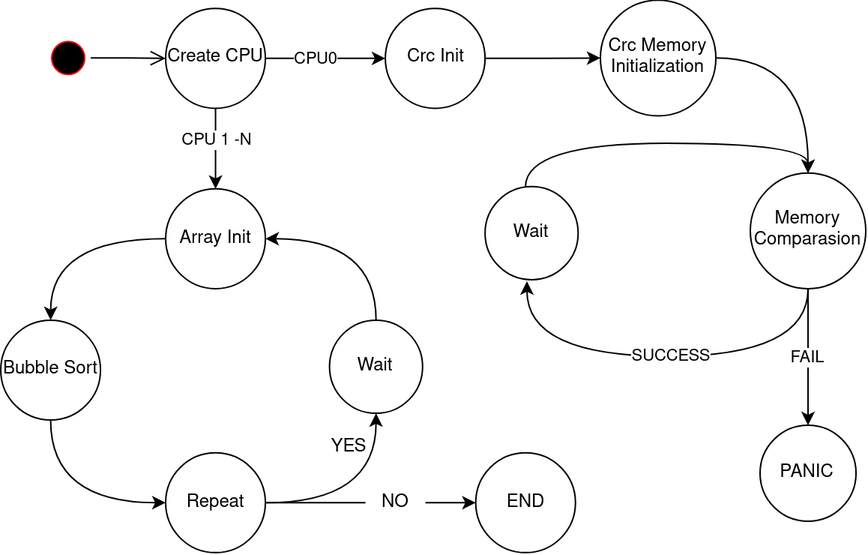
The draw.io diagram Images/MemoryIntegrity_StateDiagram.png in HugoRibeiro-A88287-UM/MasterThesis, before a commit. Source tidied: cells renumbered, new cells last; positions are measured from the earlier drawing's top-left corner, leaving out a move shared by most shapes. Its diagram source:
```xml
<mxGraphModel>
  <root>
    <mxCell id="0" />
    <mxCell id="1" parent="0" />
    <mxCell id="2" style="ellipse;html=1;shape=startState;fillColor=#000000;strokeColor=#ff0000;" parent="1" vertex="1">
      <mxGeometry x="30" y="23.2" width="30" height="30" as="geometry" />
    </mxCell>
    <mxCell id="3" style="edgeStyle=orthogonalEdgeStyle;html=1;verticalAlign=bottom;endArrow=open;endSize=8;strokeColor=#000000;rounded=0;entryX=0;entryY=0.5;entryDx=0;entryDy=0;" parent="1" edge="1" source="2" target="8">
      <mxGeometry relative="1" as="geometry" />
    </mxCell>
    <mxCell id="4" style="edgeStyle=orthogonalEdgeStyle;rounded=0;jettySize=auto;html=1;" parent="1" edge="1" source="8" target="10">
      <mxGeometry relative="1" as="geometry" />
    </mxCell>
    <mxCell id="5" value="CPU0" style="edgeLabel;html=1;align=center;verticalAlign=middle;" parent="4" vertex="1">
      <mxGeometry x="-0.26" relative="1" as="geometry">
        <mxPoint x="4" as="offset" />
      </mxGeometry>
    </mxCell>
    <mxCell id="6" style="edgeStyle=orthogonalEdgeStyle;rounded=0;jettySize=auto;html=1;" parent="1" edge="1" source="8" target="12">
      <mxGeometry relative="1" as="geometry" />
    </mxCell>
    <mxCell id="7" value="CPU 1 -N" style="edgeLabel;html=1;align=center;verticalAlign=middle;" parent="6" vertex="1">
      <mxGeometry x="-0.23" y="1" relative="1" as="geometry">
        <mxPoint x="-1" as="offset" />
      </mxGeometry>
    </mxCell>
    <mxCell id="8" value="Create CPU" style="ellipse;whiteSpace=wrap;html=1;" parent="1" vertex="1">
      <mxGeometry x="110" y="5.2" width="66.5" height="66.5" as="geometry" />
    </mxCell>
    <mxCell id="9" style="edgeStyle=orthogonalEdgeStyle;rounded=0;jettySize=auto;html=1;" parent="1" edge="1" source="10" target="14">
      <mxGeometry relative="1" as="geometry" />
    </mxCell>
    <mxCell id="10" value="Crc Init" style="ellipse;whiteSpace=wrap;html=1;" parent="1" vertex="1">
      <mxGeometry x="256.5" y="5.2" width="66.5" height="66.5" as="geometry" />
    </mxCell>
    <mxCell id="11" style="edgeStyle=orthogonalEdgeStyle;jettySize=auto;html=1;curved=1;" parent="1" edge="1" source="12" target="16">
      <mxGeometry relative="1" as="geometry" />
    </mxCell>
    <mxCell id="12" value="Array Init" style="ellipse;whiteSpace=wrap;html=1;" parent="1" vertex="1">
      <mxGeometry x="110" y="125.4" width="66.5" height="66.5" as="geometry" />
    </mxCell>
    <mxCell id="13" style="edgeStyle=orthogonalEdgeStyle;jettySize=auto;html=1;curved=1;" parent="1" edge="1" source="14" target="21">
      <mxGeometry relative="1" as="geometry" />
    </mxCell>
    <mxCell id="14" value="Crc Memory Initialization" style="ellipse;whiteSpace=wrap;html=1;" parent="1" vertex="1">
      <mxGeometry x="400" y="-0.3" width="77" height="77" as="geometry" />
    </mxCell>
    <mxCell id="15" style="edgeStyle=orthogonalEdgeStyle;jettySize=auto;html=1;entryX=0;entryY=0.5;entryDx=0;entryDy=0;curved=1;" parent="1" edge="1" source="16" target="27">
      <mxGeometry relative="1" as="geometry">
        <Array as="points">
          <mxPoint x="33" y="335" />
        </Array>
      </mxGeometry>
    </mxCell>
    <mxCell id="16" value="Bubble Sort" style="ellipse;whiteSpace=wrap;html=1;" parent="1" vertex="1">
      <mxGeometry y="213" width="66.5" height="66.5" as="geometry" />
    </mxCell>
    <mxCell id="17" style="edgeStyle=orthogonalEdgeStyle;rounded=0;jettySize=auto;html=1;" parent="1" edge="1" source="21" target="22">
      <mxGeometry relative="1" as="geometry" />
    </mxCell>
    <mxCell id="18" value="FAIL" style="edgeLabel;html=1;align=center;verticalAlign=middle;" parent="17" vertex="1">
      <mxGeometry y="-1" relative="1" as="geometry" />
    </mxCell>
    <mxCell id="19" style="edgeStyle=orthogonalEdgeStyle;jettySize=auto;html=1;curved=1;" parent="1" edge="1" source="21">
      <mxGeometry relative="1" as="geometry">
        <mxPoint x="351" y="187" as="targetPoint" />
        <Array as="points">
          <mxPoint x="539" y="237" />
          <mxPoint x="351" y="237" />
        </Array>
      </mxGeometry>
    </mxCell>
    <mxCell id="20" value="SUCCESS" style="edgeLabel;html=1;align=center;verticalAlign=middle;" parent="19" vertex="1">
      <mxGeometry x="-0.04" relative="1" as="geometry" />
    </mxCell>
    <mxCell id="21" value="Memory Comparasion" style="ellipse;whiteSpace=wrap;html=1;" parent="1" vertex="1">
      <mxGeometry x="500" y="114.9" width="77" height="77" as="geometry" />
    </mxCell>
    <mxCell id="22" value="PANIC" style="ellipse;whiteSpace=wrap;html=1;" parent="1" vertex="1">
      <mxGeometry x="506.5" y="283" width="64" height="64" as="geometry" />
    </mxCell>
    <mxCell id="23" style="edgeStyle=orthogonalEdgeStyle;jettySize=auto;html=1;entryX=0.5;entryY=0;entryDx=0;entryDy=0;curved=1;" parent="1" edge="1" source="24" target="21">
      <mxGeometry relative="1" as="geometry">
        <Array as="points">
          <mxPoint x="350" y="95" />
          <mxPoint x="539" y="95" />
        </Array>
      </mxGeometry>
    </mxCell>
    <mxCell id="24" value="Wait" style="ellipse;whiteSpace=wrap;html=1;" parent="1" vertex="1">
      <mxGeometry x="323.1" y="123.9" width="62.1" height="62.1" as="geometry" />
    </mxCell>
    <mxCell id="25" style="edgeStyle=orthogonalEdgeStyle;jettySize=auto;html=1;entryX=0.5;entryY=1;entryDx=0;entryDy=0;curved=1;" parent="1" edge="1" source="27" target="30">
      <mxGeometry relative="1" as="geometry" />
    </mxCell>
    <mxCell id="26" style="edgeStyle=orthogonalEdgeStyle;rounded=0;jettySize=auto;html=1;entryX=0;entryY=0.5;entryDx=0;entryDy=0;" parent="1" edge="1" source="33" target="28">
      <mxGeometry relative="1" as="geometry" />
    </mxCell>
    <mxCell id="27" value="Repeat" style="ellipse;whiteSpace=wrap;html=1;" parent="1" vertex="1">
      <mxGeometry x="110" y="301.4" width="66.5" height="66.5" as="geometry" />
    </mxCell>
    <mxCell id="28" value="END" style="ellipse;whiteSpace=wrap;html=1;" parent="1" vertex="1">
      <mxGeometry x="316.8" y="301.4" width="66.5" height="66.5" as="geometry" />
    </mxCell>
    <mxCell id="29" style="edgeStyle=orthogonalEdgeStyle;jettySize=auto;html=1;entryX=1;entryY=0.5;entryDx=0;entryDy=0;curved=1;" parent="1" edge="1" source="30" target="12">
      <mxGeometry relative="1" as="geometry">
        <Array as="points">
          <mxPoint x="250" y="159" />
        </Array>
      </mxGeometry>
    </mxCell>
    <mxCell id="30" value="Wait" style="ellipse;whiteSpace=wrap;html=1;" parent="1" vertex="1">
      <mxGeometry x="219.3" y="213" width="62.1" height="62.1" as="geometry" />
    </mxCell>
    <mxCell id="31" value="YES" style="text;html=1;align=center;verticalAlign=middle;strokeColor=none;fillColor=none;" parent="1" vertex="1">
      <mxGeometry x="206.5" y="283" width="50" height="30" as="geometry" />
    </mxCell>
    <mxCell id="32" style="edgeStyle=orthogonalEdgeStyle;rounded=0;jettySize=auto;html=1;entryX=0;entryY=0.5;entryDx=0;entryDy=0;endArrow=none;endFill=0;" parent="1" edge="1" source="27" target="33">
      <mxGeometry relative="1" as="geometry" />
    </mxCell>
    <mxCell id="33" value="NO" style="text;html=1;align=center;verticalAlign=middle;points=[];strokeColor=none;fillColor=none;" parent="1" vertex="1">
      <mxGeometry x="243.3" y="319.7" width="40" height="30" as="geometry" />
    </mxCell>
  </root>
</mxGraphModel>
```
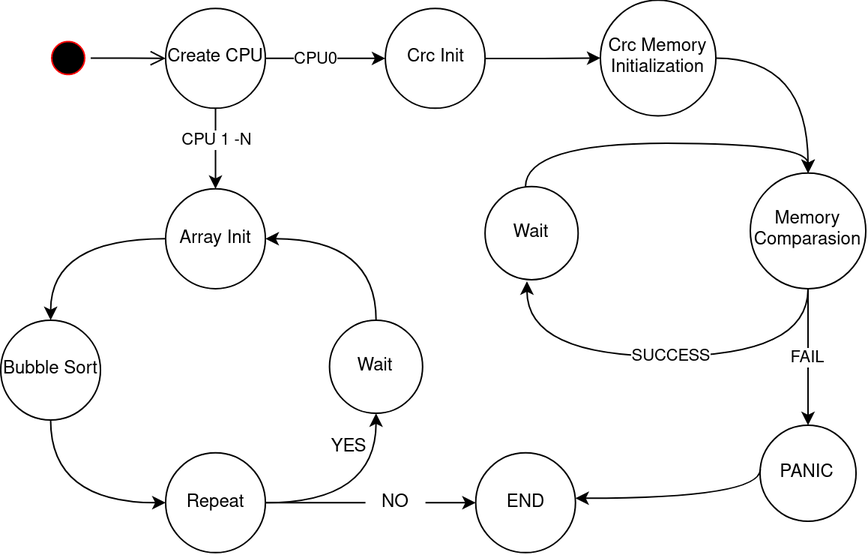
The same diagram one commit later.

Change to the diagram source:
```diff
@@ -121,5 +121,12 @@
     <mxCell id="33" value="NO" style="text;html=1;align=center;verticalAlign=middle;points=[];strokeColor=none;fillColor=none;" parent="1" vertex="1">
       <mxGeometry x="243.3" y="319.7" width="40" height="30" as="geometry" />
     </mxCell>
+    <mxCell id="34" style="edgeStyle=orthogonalEdgeStyle;rounded=0;jettySize=auto;html=1;entryX=0.999;entryY=0.455;entryDx=0;entryDy=0;entryPerimeter=0;exitX=0.003;exitY=0.459;exitDx=0;exitDy=0;exitPerimeter=0;curved=1;" parent="1" edge="1" source="22" target="28">
+      <mxGeometry relative="1" as="geometry">
+        <Array as="points">
+          <mxPoint x="507" y="332" />
+        </Array>
+      </mxGeometry>
+    </mxCell>
   </root>
 </mxGraphModel>
```
